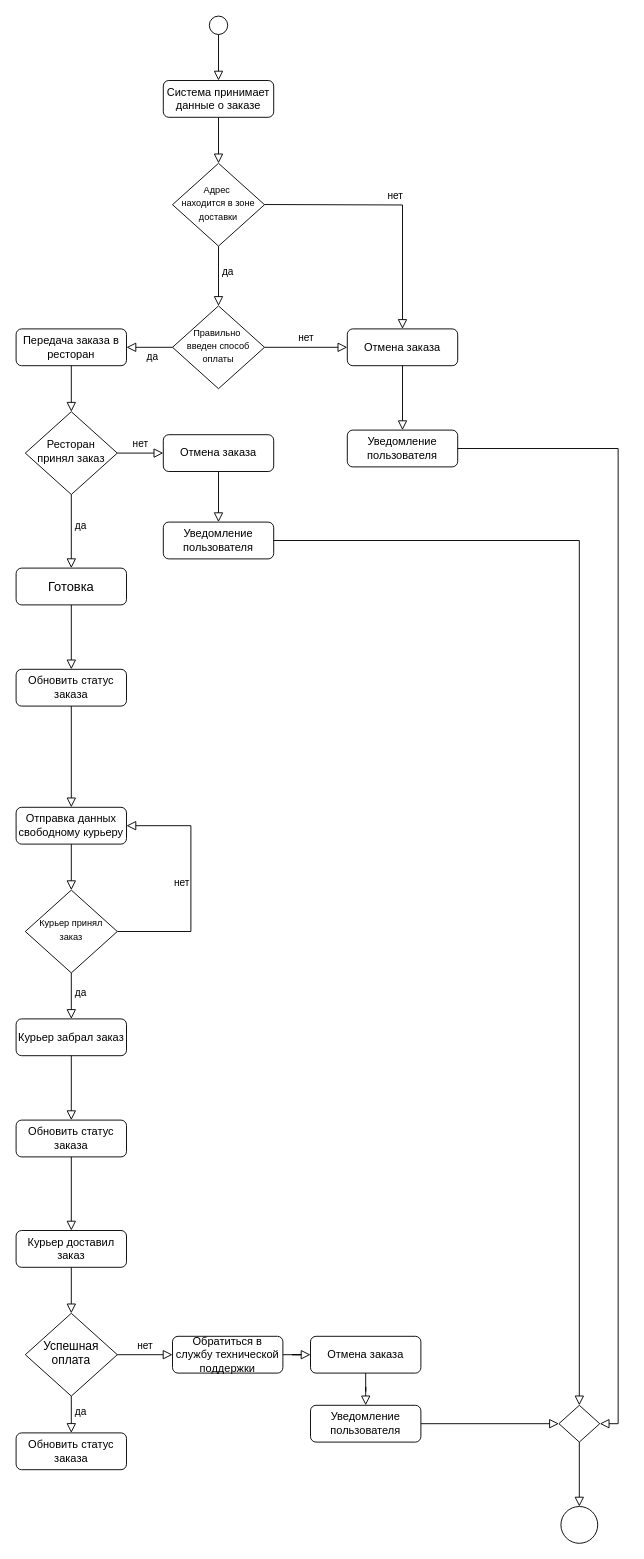
Earlier version of the draw.io diagram UML_drawio/ActivityUML.drawio (kustov-andrey/TZ3). Source tidied: cells renumbered, new cells numbered last; positions are measured from the earlier drawing's top-left corner, leaving out a move shared by most shapes. Both pictures are drawn from the tidied source at 92%, with x=0, y=0 at pixel (16, 16).
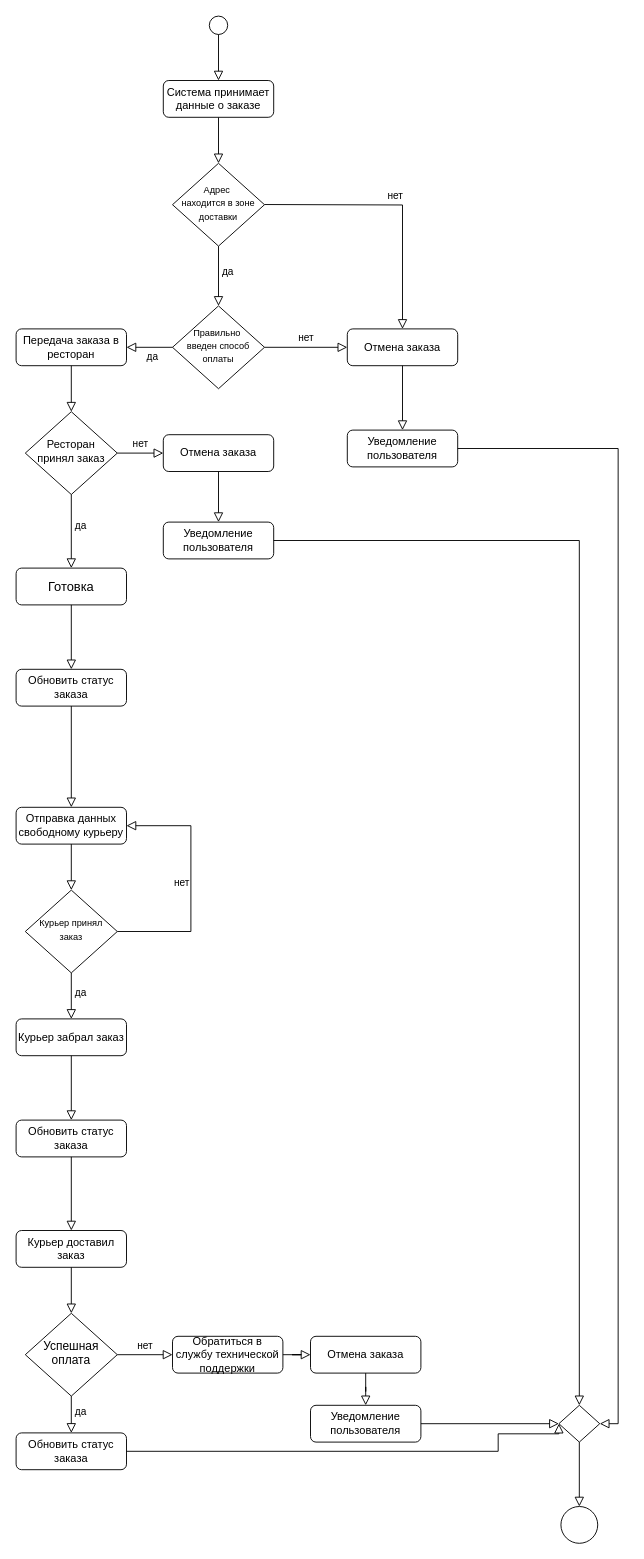
Above is the later version.

The change refers to these unchanged cells:
```xml
<mxCell id="44" value="Обновить статус заказа" style="rounded=1;whiteSpace=wrap;html=1;fontSize=12;glass=0;strokeWidth=1;shadow=0;" parent="1" vertex="1">
  <mxGeometry y="1540" width="120" height="40" as="geometry" />
</mxCell>
<mxCell id="45" style="rhombus;whiteSpace=wrap;html=1;shadow=0;fontFamily=Helvetica;fontSize=12;align=center;strokeWidth=1;spacing=6;spacingTop=-4;" parent="1" vertex="1">
  <mxGeometry x="590" y="1510" width="44.4" height="40" as="geometry" />
</mxCell>
```

What changed in the source:
```diff
@@
+    <mxCell id="53" style="rounded=0;html=1;jettySize=auto;fontSize=11;endArrow=block;endFill=0;endSize=8;strokeWidth=1;shadow=0;labelBackgroundColor=none;edgeStyle=orthogonalEdgeStyle;entryX=0;entryY=0.5;entryDx=0;entryDy=0;" parent="1" edge="1" source="44" target="45">
+      <mxGeometry relative="1" as="geometry">
+        <Array as="points">
+          <mxPoint x="524" y="1560" />
+          <mxPoint x="524" y="1541" />
+          <mxPoint x="590" y="1541" />
+        </Array>
+      </mxGeometry>
+    </mxCell>
```
